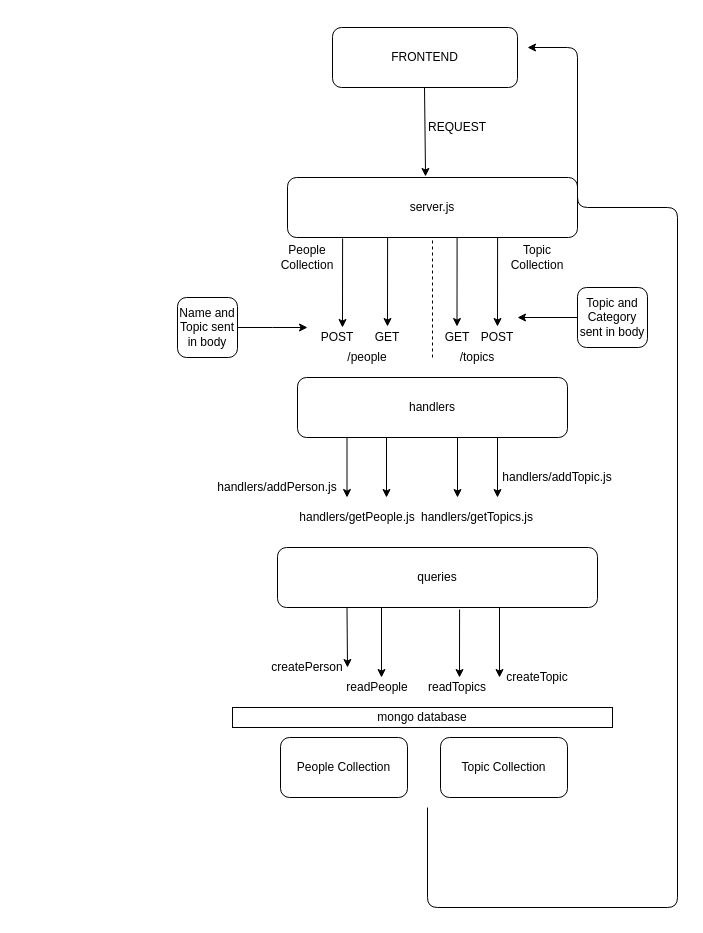
Earlier version of the draw.io diagram Software Architecture Whiteboard Martha & Lyndsey.drawio (FACxBeamery/project-week-7). Source tidied: cells renumbered, new cells numbered last; positions are measured from the earlier drawing's top-left corner, leaving out a move shared by most shapes. Both pictures are drawn from the tidied source at 100%, with x=0, y=0 at pixel (177, 27).
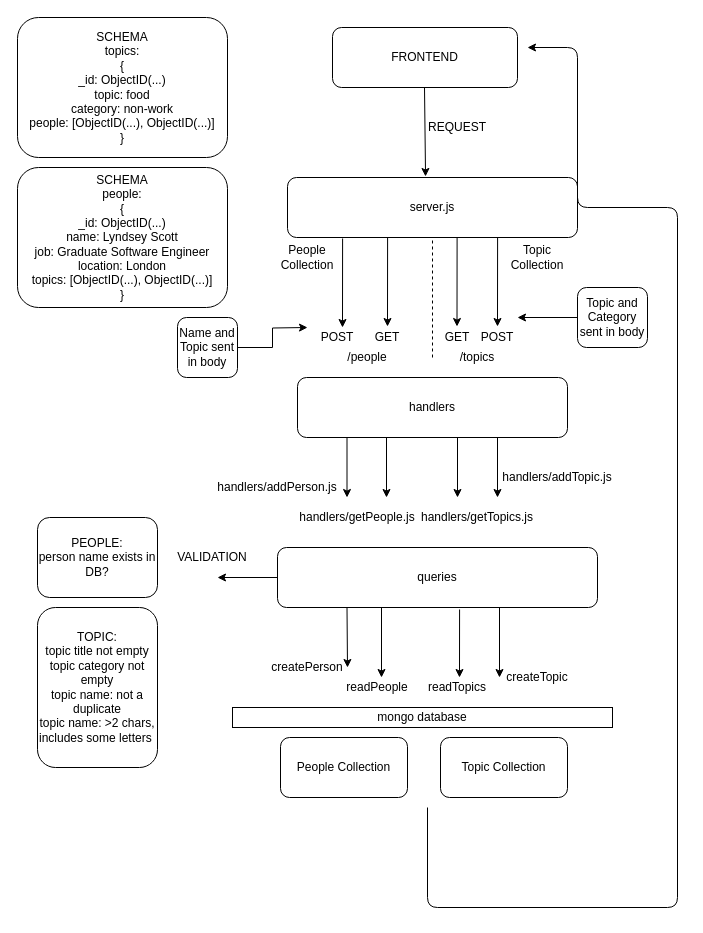
Above is the later version.

Unchanged cells that the change refers to:
```xml
<mxCell id="32" value="queries" style="rounded=1;whiteSpace=wrap;html=1;" parent="1" vertex="1">
  <mxGeometry x="100" y="520" width="320" height="60" as="geometry" />
</mxCell>
```

Change to the diagram source:
```diff
@@
     <mxCell id="20" value="Name and Topic sent in body" style="rounded=1;whiteSpace=wrap;html=1;" parent="1" vertex="1">
-      <mxGeometry y="270" width="60" height="60" as="geometry" />
+      <mxGeometry y="290" width="60" height="60" as="geometry" />
     </mxCell>
@@
+    <mxCell id="45" value="SCHEMA&lt;br&gt;people:&lt;br&gt;{&lt;br&gt;_id: ObjectID(...)&lt;br&gt;name: Lyndsey Scott&lt;br&gt;job: Graduate Software Engineer&lt;br&gt;location: London&lt;br&gt;topics: [ObjectID(...), ObjectID(...)]&lt;br&gt;}" style="rounded=1;whiteSpace=wrap;html=1;" parent="1" vertex="1">
+      <mxGeometry x="-160" y="140" width="210" height="140" as="geometry" />
+    </mxCell>
+    <mxCell id="46" value="SCHEMA&lt;br&gt;topics:&lt;br&gt;{&lt;br&gt;_id: ObjectID(...)&lt;br&gt;topic: food&lt;br&gt;category: non-work&lt;br&gt;people: [ObjectID(...), ObjectID(...)]&lt;br&gt;}" style="rounded=1;whiteSpace=wrap;html=1;" parent="1" vertex="1">
+      <mxGeometry x="-160" y="-10" width="210" height="140" as="geometry" />
+    </mxCell>
+    <mxCell id="47" style="endArrow=classic;html=1;exitX=0;exitY=0.5;exitDx=0;exitDy=0;" parent="1" edge="1" source="32">
+      <mxGeometry relative="1" as="geometry">
+        <mxPoint x="40" y="550" as="targetPoint" />
+      </mxGeometry>
+    </mxCell>
+    <mxCell id="48" value="VALIDATION" style="text;html=1;strokeColor=none;fillColor=none;align=center;verticalAlign=middle;whiteSpace=wrap;rounded=0;" parent="1" vertex="1">
+      <mxGeometry x="15" y="520" width="40" height="20" as="geometry" />
+    </mxCell>
+    <mxCell id="49" value="PEOPLE:&lt;br&gt;person name exists in DB?" style="rounded=1;whiteSpace=wrap;html=1;" parent="1" vertex="1">
+      <mxGeometry x="-140" y="490" width="120" height="80" as="geometry" />
+    </mxCell>
+    <mxCell id="50" value="TOPIC:&lt;br&gt;topic title not empty&lt;br&gt;topic category not empty&lt;br&gt;topic name: not a duplicate&lt;br&gt;topic name: &amp;gt;2 chars, includes some letters&amp;nbsp;" style="rounded=1;whiteSpace=wrap;html=1;" parent="1" vertex="1">
+      <mxGeometry x="-140" y="580" width="120" height="160" as="geometry" />
+    </mxCell>
```
